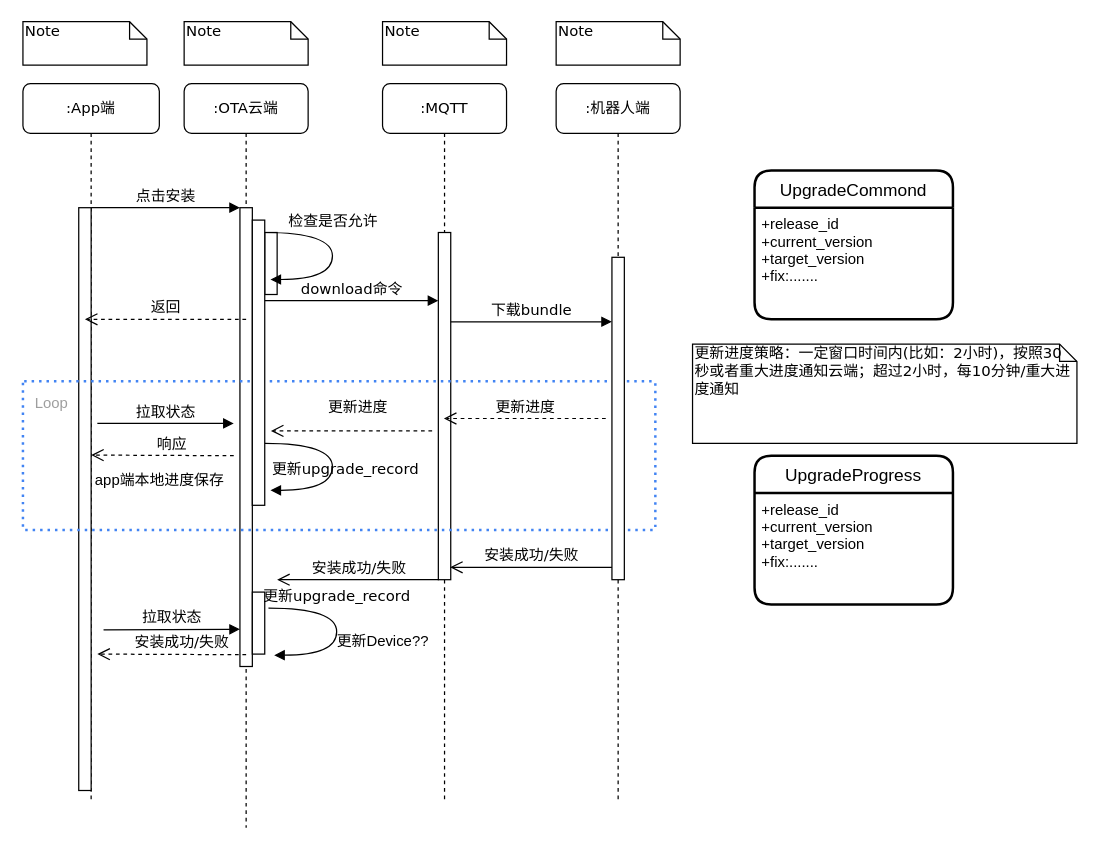
The draw.io diagram craft/upgrade_flow.drawio in feihu618/drawio, before the edit. Source tidied: cells renumbered, new cells numbered last; positions are measured from the earlier drawing's top-left corner, leaving out a move shared by most shapes. Both pictures are drawn from the tidied source at 124%, with x=0, y=0 at pixel (22, 21).
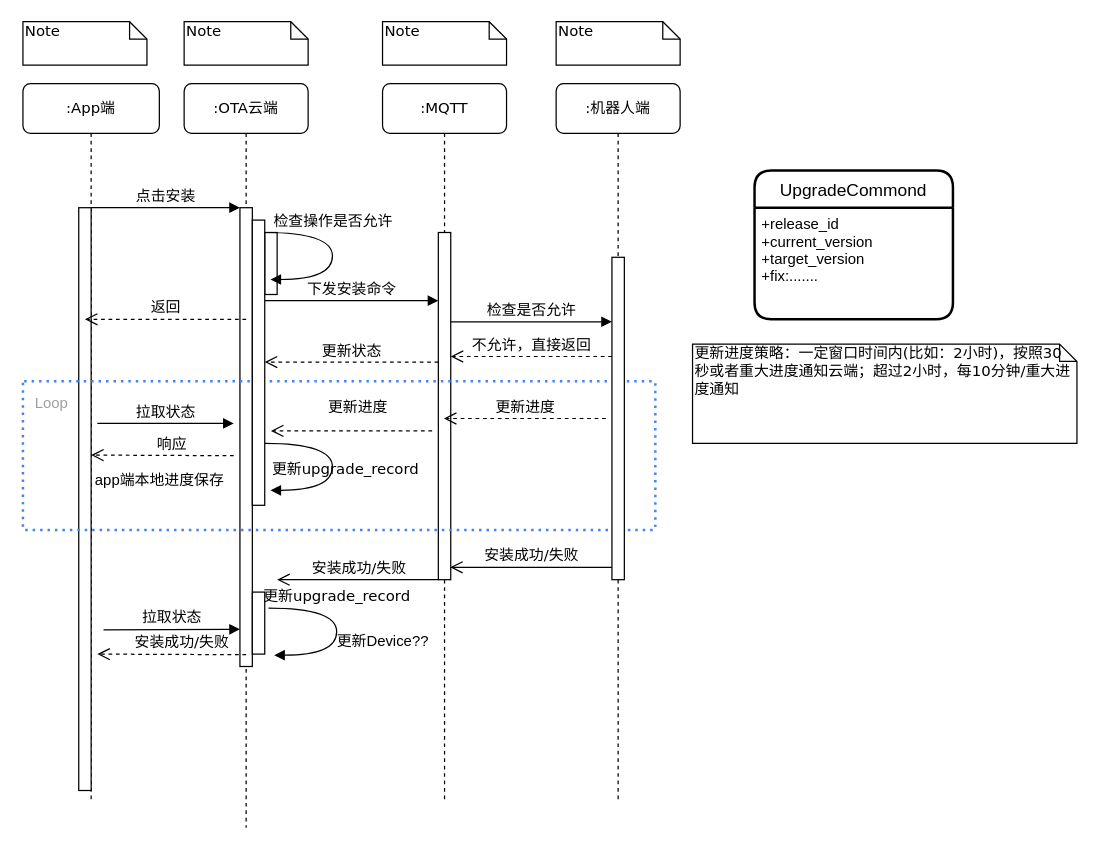
After the change.

The change refers to these unchanged cells:
```xml
<mxCell id="25" style="html=1;points=[];perimeter=orthogonalPerimeter;rounded=0;shadow=0;comic=0;labelBackgroundColor=none;strokeWidth=1;fontFamily=Verdana;fontSize=12;align=center;" parent="1" vertex="1">
  <mxGeometry x="185" y="160" width="10" height="230" as="geometry" />
</mxCell>
```

The edit, as a diff of the source:
```diff
@@
-    <mxCell id="18" value="下载bundle" style="html=1;verticalAlign=bottom;endArrow=block;labelBackgroundColor=none;fontFamily=Verdana;fontSize=12;edgeStyle=elbowEdgeStyle;elbow=vertical;" parent="1" edge="1">
+    <mxCell id="18" value="检查是否允许" style="html=1;verticalAlign=bottom;endArrow=block;labelBackgroundColor=none;fontFamily=Verdana;fontSize=12;edgeStyle=elbowEdgeStyle;elbow=vertical;" parent="1" edge="1">
       <mxGeometry relative="1" as="geometry">
         <mxPoint x="345" y="242" as="sourcePoint" />
         <mxPoint x="475" y="242" as="targetPoint" />
         <Array as="points">
           <mxPoint x="350" y="242" />
         </Array>
       </mxGeometry>
     </mxCell>
@@
-    <mxCell id="20" value="download命令" style="html=1;verticalAlign=bottom;endArrow=block;entryX=0;entryY=0;labelBackgroundColor=none;fontFamily=Verdana;fontSize=12;edgeStyle=elbowEdgeStyle;elbow=vertical;startArrow=none;" parent="1" edge="1">
+    <mxCell id="20" value="下发安装命令" style="html=1;verticalAlign=bottom;endArrow=block;entryX=0;entryY=0;labelBackgroundColor=none;fontFamily=Verdana;fontSize=12;edgeStyle=elbowEdgeStyle;elbow=vertical;startArrow=none;" parent="1" edge="1">
       <mxGeometry relative="1" as="geometry">
         <mxPoint x="195" y="225" as="sourcePoint" />
         <mxPoint x="335" y="225" as="targetPoint" />
       </mxGeometry>
     </mxCell>
@@
-    <mxCell id="27" value="检查是否允许" style="html=1;verticalAlign=bottom;endArrow=block;labelBackgroundColor=none;fontFamily=Verdana;fontSize=12;elbow=vertical;edgeStyle=orthogonalEdgeStyle;curved=1;entryX=1;entryY=0.286;entryPerimeter=0;exitX=1.038;exitY=0.345;exitPerimeter=0;" parent="1" edge="1">
+    <mxCell id="27" value="检查操作是否允许" style="html=1;verticalAlign=bottom;endArrow=block;labelBackgroundColor=none;fontFamily=Verdana;fontSize=12;elbow=vertical;edgeStyle=orthogonalEdgeStyle;curved=1;entryX=1;entryY=0.286;entryPerimeter=0;exitX=1.038;exitY=0.345;exitPerimeter=0;" parent="1" edge="1">
       <mxGeometry x="-0.23" relative="1" as="geometry">
         <mxPoint x="195" y="170" as="sourcePoint" />
         <mxPoint x="199.6" y="207.9" as="targetPoint" />
         <Array as="points">
           <mxPoint x="249.6" y="169.9" />
           <mxPoint x="249.6" y="207.9" />
         </Array>
       </mxGeometry>
     </mxCell>
@@
-    <mxCell id="38" value="UpgradeProgress" style="swimlane;horizontal=1;startSize=30;rounded=1;fontSize=14;fontStyle=0;strokeWidth=2;shadow=0;dashed=0;align=center;" parent="1" vertex="1">
-      <mxGeometry x="590" y="350" width="160" height="120" as="geometry" />
-    </mxCell>
-    <mxCell id="39" value="+release_id&#10;+current_version&#10;+target_version&#10;+fix:......." style="align=left;strokeColor=none;fillColor=none;spacingLeft=4;fontSize=12;verticalAlign=top;" parent="38" vertex="1">
-      <mxGeometry y="30" width="160" height="90" as="geometry" />
-    </mxCell>
@@
+    <mxCell id="41" value="不允许，直接返回" style="html=1;verticalAlign=bottom;endArrow=open;dashed=1;endSize=8;labelBackgroundColor=none;fontFamily=Verdana;fontSize=12;" parent="1" edge="1">
+      <mxGeometry relative="1" as="geometry">
+        <mxPoint x="475" y="270" as="sourcePoint" />
+        <mxPoint x="345" y="270" as="targetPoint" />
+      </mxGeometry>
+    </mxCell>
+    <mxCell id="42" value="更新状态" style="html=1;verticalAlign=bottom;endArrow=open;dashed=1;endSize=8;labelBackgroundColor=none;fontFamily=Verdana;fontSize=12;" parent="1" edge="1" target="25">
+      <mxGeometry relative="1" as="geometry">
+        <mxPoint x="335" y="274.5" as="sourcePoint" />
+      </mxGeometry>
+    </mxCell>
```
